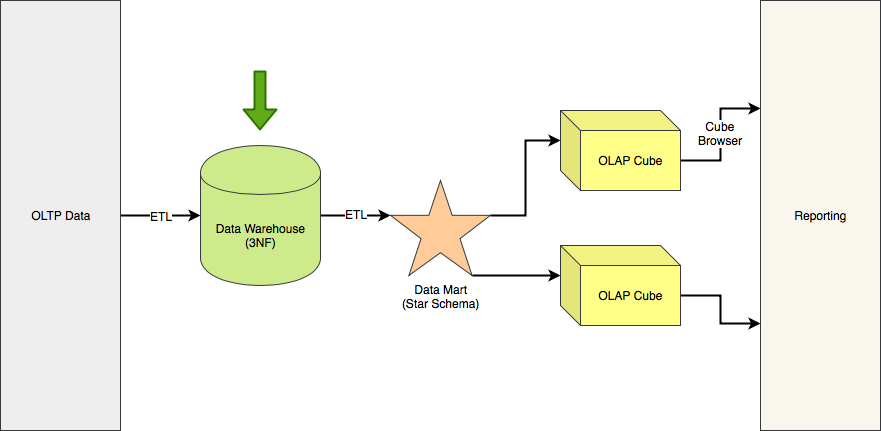
This is images/architecture.png from polakowo/yelp-3nf, a draw.io export, as it was before one commit. Source tidied: cells renumbered, new cells last; positions are measured from the earlier drawing's top-left corner, leaving out a move shared by most shapes.
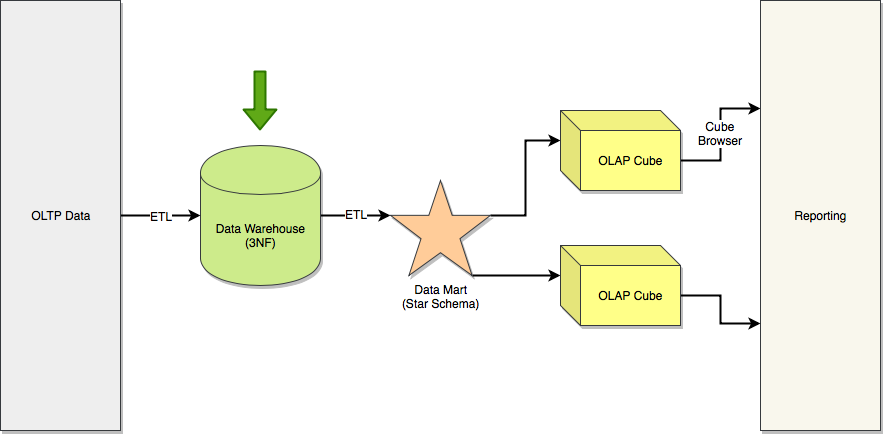
Above is the later version.

Change to the diagram source:
```diff
@@ -8,7 +8,7 @@
     <mxCell id="3" value="ETL" style="text;html=1;align=center;verticalAlign=middle;labelBackgroundColor=#ffffff;" parent="2" vertex="1">
       <mxGeometry y="2" relative="1" as="geometry" />
     </mxCell>
-    <mxCell id="4" value="Data Warehouse&lt;br&gt;(3NF)" style="shape=cylinder;whiteSpace=wrap;html=1;boundedLbl=1;backgroundOutline=1;fillColor=#cdeb8b;strokeColor=#36393d;" parent="1" vertex="1">
+    <mxCell id="4" value="Data Warehouse&lt;br&gt;(3NF)" style="shape=cylinder;whiteSpace=wrap;html=1;boundedLbl=1;backgroundOutline=1;fillColor=#cdeb8b;strokeColor=#36393d;shadow=1;" parent="1" vertex="1">
       <mxGeometry x="200" y="145" width="120" height="140" as="geometry" />
     </mxCell>
     <mxCell id="5" style="edgeStyle=orthogonalEdgeStyle;rounded=0;jettySize=auto;html=1;exitX=1;exitY=0.367;exitDx=0;exitDy=0;exitPerimeter=0;entryX=0;entryY=0;entryDx=0;entryDy=30;entryPerimeter=0;strokeWidth=2;" parent="1" edge="1" source="7" target="10">
@@ -21,7 +21,7 @@
         </Array>
       </mxGeometry>
     </mxCell>
-    <mxCell id="7" value="Data Mart&lt;br&gt;(Star Schema)" style="verticalLabelPosition=bottom;verticalAlign=top;html=1;shape=mxgraph.basic.star;fillColor=#ffcc99;strokeColor=#36393d;" parent="1" vertex="1">
+    <mxCell id="7" value="Data Mart&lt;br&gt;(Star Schema)" style="verticalLabelPosition=bottom;verticalAlign=top;html=1;shape=mxgraph.basic.star;fillColor=#ffcc99;strokeColor=#36393d;shadow=1;" parent="1" vertex="1">
       <mxGeometry x="390" y="180" width="100" height="95" as="geometry" />
     </mxCell>
     <mxCell id="8" style="edgeStyle=orthogonalEdgeStyle;rounded=0;jettySize=auto;html=1;exitX=0;exitY=0;exitDx=120;exitDy=50;exitPerimeter=0;entryX=0;entryY=0.25;entryDx=0;entryDy=0;strokeWidth=2;" parent="1" edge="1" source="10" target="11">
@@ -30,10 +30,10 @@
     <mxCell id="9" value="Cube&lt;br&gt;Browser" style="text;html=1;align=center;verticalAlign=middle;labelBackgroundColor=#ffffff;" parent="8" vertex="1">
       <mxGeometry x="0.03" y="1" relative="1" as="geometry" />
     </mxCell>
-    <mxCell id="10" value="OLAP Cube" style="shape=cube;whiteSpace=wrap;html=1;boundedLbl=1;backgroundOutline=1;darkOpacity=0.05;darkOpacity2=0.1;fillColor=#ffff88;strokeColor=#36393d;" parent="1" vertex="1">
+    <mxCell id="10" value="OLAP Cube" style="shape=cube;whiteSpace=wrap;html=1;boundedLbl=1;backgroundOutline=1;darkOpacity=0.05;darkOpacity2=0.1;fillColor=#ffff88;strokeColor=#36393d;shadow=1;" parent="1" vertex="1">
       <mxGeometry x="560" y="110" width="120" height="80" as="geometry" />
     </mxCell>
-    <mxCell id="11" value="Reporting" style="rounded=0;whiteSpace=wrap;html=1;fillColor=#f9f7ed;strokeColor=#36393d;" parent="1" vertex="1">
+    <mxCell id="11" value="Reporting" style="rounded=0;whiteSpace=wrap;html=1;fillColor=#f9f7ed;strokeColor=#36393d;shadow=1;" parent="1" vertex="1">
       <mxGeometry x="760" width="120" height="430" as="geometry" />
     </mxCell>
     <mxCell id="12" style="edgeStyle=orthogonalEdgeStyle;rounded=0;jettySize=auto;html=1;exitX=1;exitY=0.5;exitDx=0;exitDy=0;entryX=0;entryY=0.5;entryDx=0;entryDy=0;strokeWidth=2;" parent="1" edge="1" source="17" target="4">
@@ -47,7 +47,7 @@
     <mxCell id="14" style="edgeStyle=orthogonalEdgeStyle;rounded=0;jettySize=auto;html=1;exitX=0;exitY=0;exitDx=120;exitDy=50;exitPerimeter=0;strokeWidth=2;entryX=0;entryY=0.75;entryDx=0;entryDy=0;" parent="1" edge="1" source="15" target="11">
       <mxGeometry relative="1" as="geometry" />
     </mxCell>
-    <mxCell id="15" value="OLAP Cube" style="shape=cube;whiteSpace=wrap;html=1;boundedLbl=1;backgroundOutline=1;darkOpacity=0.05;darkOpacity2=0.1;fillColor=#ffff88;strokeColor=#36393d;" parent="1" vertex="1">
+    <mxCell id="15" value="OLAP Cube" style="shape=cube;whiteSpace=wrap;html=1;boundedLbl=1;backgroundOutline=1;darkOpacity=0.05;darkOpacity2=0.1;fillColor=#ffff88;strokeColor=#36393d;shadow=1;" parent="1" vertex="1">
       <mxGeometry x="560" y="245" width="120" height="80" as="geometry" />
     </mxCell>
     <mxCell id="16" style="shape=flexArrow;endArrow=classic;html=1;strokeWidth=2;fillColor=#60a917;strokeColor=#2D7600;" parent="1" edge="1">
@@ -56,7 +56,7 @@
         <mxPoint x="259.5" y="130" as="targetPoint" />
       </mxGeometry>
     </mxCell>
-    <mxCell id="17" value="OLTP Data" style="rounded=0;whiteSpace=wrap;html=1;fillColor=#eeeeee;strokeColor=#36393d;" parent="1" vertex="1">
+    <mxCell id="17" value="OLTP Data" style="rounded=0;whiteSpace=wrap;html=1;fillColor=#eeeeee;strokeColor=#36393d;shadow=1;" parent="1" vertex="1">
       <mxGeometry width="120" height="430" as="geometry" />
     </mxCell>
   </root>
```
